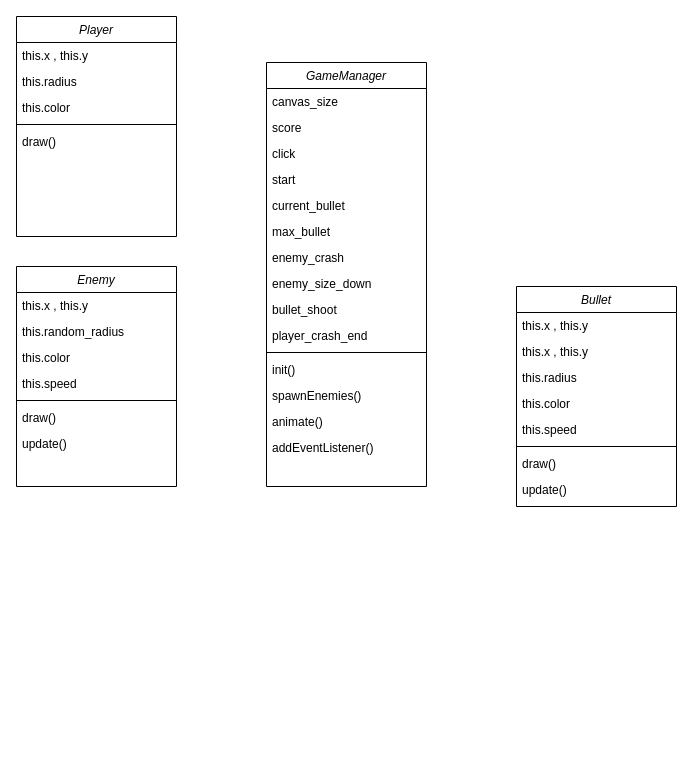
Before: Untitled Diagram.drawio in pjw11/RWStudy, a draw.io diagram. Source tidied: cells renumbered, new cells numbered last; positions are measured from the earlier drawing's top-left corner, leaving out a move shared by most shapes. Both pictures are drawn from the tidied source at 100%, with x=0, y=0 at pixel (16, 16).
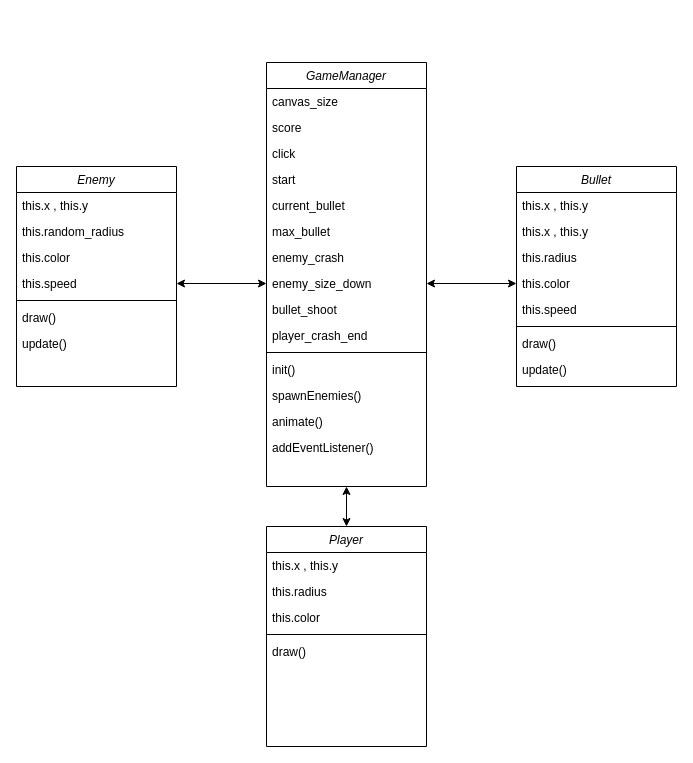
The same diagram, later.

The change refers to these unchanged cells:
```xml
<mxCell id="6" value="this.color" style="text;align=left;verticalAlign=top;spacingLeft=4;spacingRight=4;overflow=hidden;points=[[0,0.5],[1,0.5]];portConstraint=eastwest;rounded=0;shadow=0;html=0;" parent="2" vertex="1">
  <mxGeometry y="104" width="160" height="26" as="geometry" />
</mxCell>
<mxCell id="21" value="this.speed" style="text;align=left;verticalAlign=top;spacingLeft=4;spacingRight=4;overflow=hidden;points=[[0,0.5],[1,0.5]];portConstraint=eastwest;rounded=0;shadow=0;html=0;" parent="17" vertex="1">
  <mxGeometry y="104" width="160" height="26" as="geometry" />
</mxCell>
<mxCell id="25" value="GameManager" style="swimlane;fontStyle=2;align=center;verticalAlign=top;horizontal=1;startSize=26;rounded=0;shadow=0;strokeWidth=1;" parent="1" vertex="1">
  <mxGeometry x="250" y="46" width="160" height="424" as="geometry" />
</mxCell>
<mxCell id="33" value="enemy_size_down" style="text;align=left;verticalAlign=top;spacingLeft=4;spacingRight=4;overflow=hidden;points=[[0,0.5],[1,0.5]];portConstraint=eastwest;rounded=0;shadow=0;html=0;" parent="25" vertex="1">
  <mxGeometry y="208" width="160" height="26" as="geometry" />
</mxCell>
```

Diff of the diagram source:
```diff
@@
     <mxCell id="2" value="Bullet" style="swimlane;fontStyle=2;align=center;verticalAlign=top;horizontal=1;startSize=26;rounded=0;shadow=0;strokeWidth=1;" parent="1" vertex="1">
-      <mxGeometry x="500" y="270" width="160" height="220" as="geometry" />
+      <mxGeometry x="500" y="150" width="160" height="220" as="geometry" />
     </mxCell>
@@
     <mxCell id="11" value="Player" style="swimlane;fontStyle=2;align=center;verticalAlign=top;horizontal=1;startSize=26;rounded=0;shadow=0;strokeWidth=1;" parent="1" vertex="1">
-      <mxGeometry width="160" height="220" as="geometry" />
+      <mxGeometry x="250" y="510" width="160" height="220" as="geometry" />
     </mxCell>
@@
     <mxCell id="17" value="Enemy" style="swimlane;fontStyle=2;align=center;verticalAlign=top;horizontal=1;startSize=26;rounded=0;shadow=0;strokeWidth=1;" parent="1" vertex="1">
-      <mxGeometry y="250" width="160" height="220" as="geometry" />
+      <mxGeometry y="150" width="160" height="220" as="geometry" />
     </mxCell>
@@
+    <mxCell id="41" style="endArrow=classic;startArrow=classic;html=1;rounded=0;entryX=0.5;entryY=1;entryDx=0;entryDy=0;exitX=0.5;exitY=0;exitDx=0;exitDy=0;" parent="1" edge="1" source="11" target="25">
+      <mxGeometry relative="1" as="geometry" />
+    </mxCell>
+    <mxCell id="42" style="endArrow=classic;startArrow=classic;html=1;rounded=0;entryX=1;entryY=0.5;entryDx=0;entryDy=0;exitX=0;exitY=0.5;exitDx=0;exitDy=0;" parent="1" edge="1" source="33" target="21">
+      <mxGeometry relative="1" as="geometry" />
+    </mxCell>
+    <mxCell id="43" style="endArrow=classic;startArrow=classic;html=1;rounded=0;entryX=0;entryY=0.5;entryDx=0;entryDy=0;exitX=1;exitY=0.5;exitDx=0;exitDy=0;" parent="1" edge="1" source="33" target="6">
+      <mxGeometry relative="1" as="geometry" />
+    </mxCell>
```
